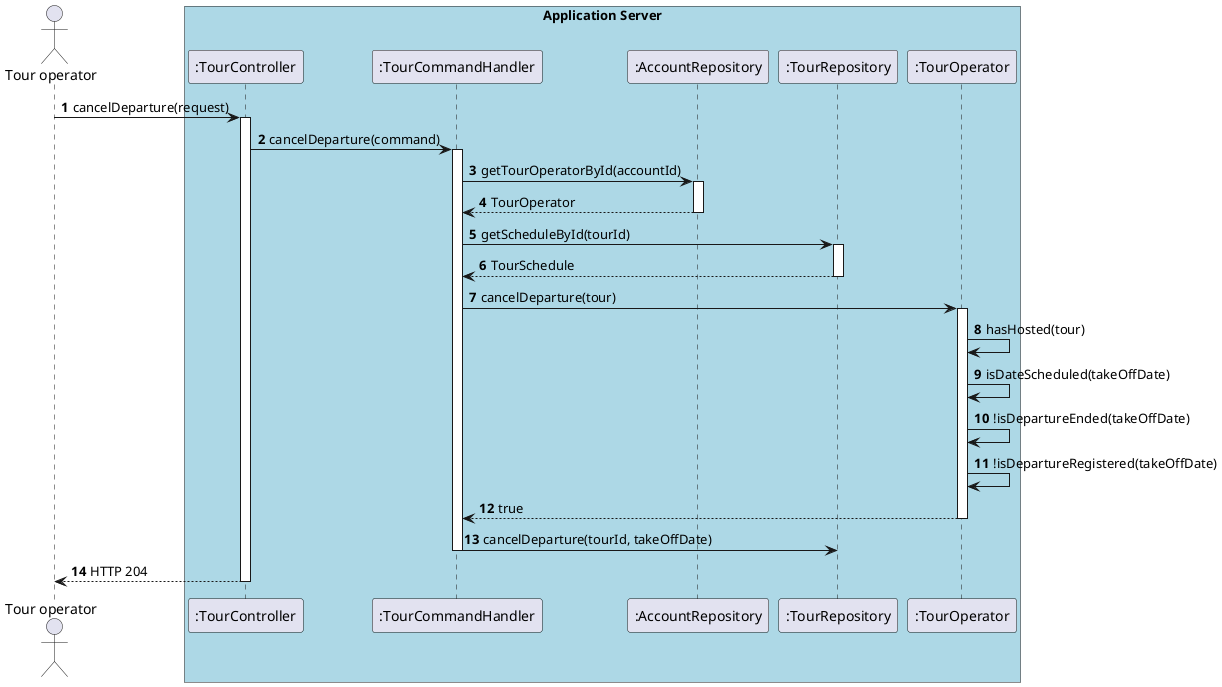
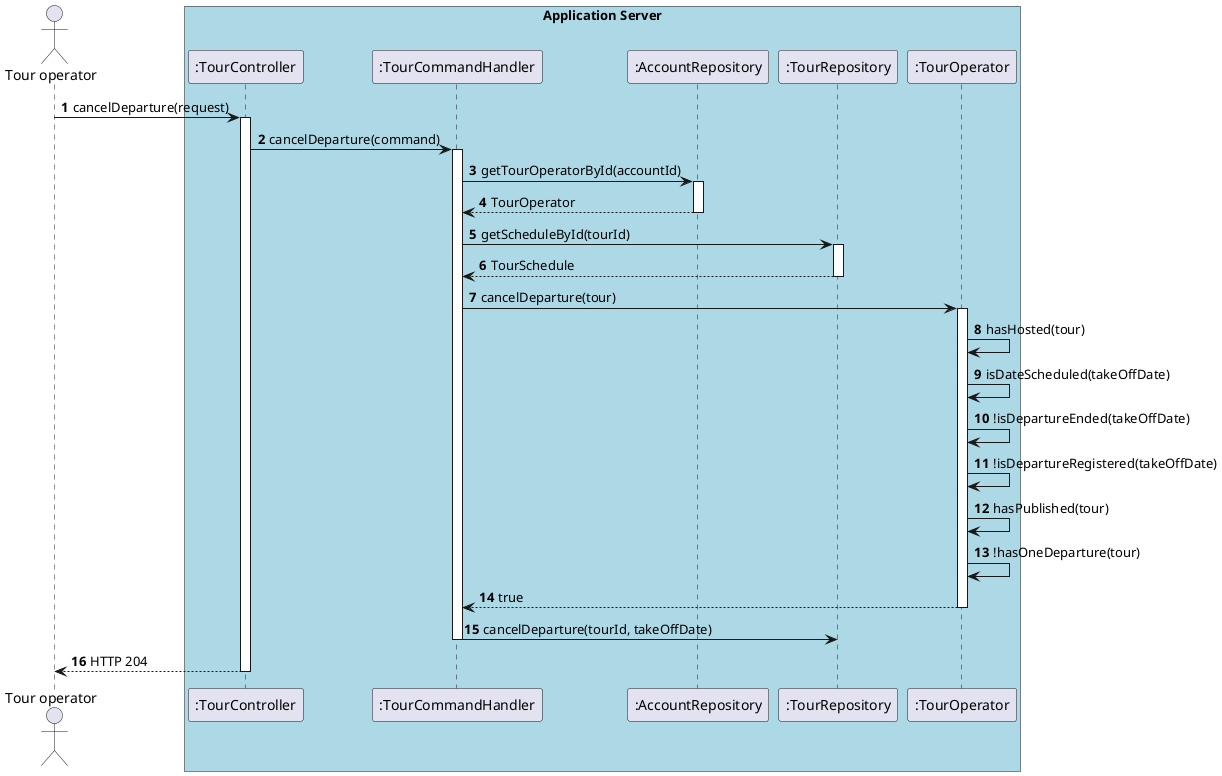
@startuml

autonumber

actor "Tour operator" as user
box "Application Server" #LightBlue
    participant ":TourController" as controller
    participant ":TourCommandHandler" as handler
    participant ":AccountRepository" as accRepo
    participant ":TourRepository" as tourRepo
    participant ":TourOperator" as tourOp
end box

user -> controller : cancelDeparture(request)
activate controller

controller -> handler : cancelDeparture(command)
activate handler

handler -> accRepo : getTourOperatorById(accountId)
activate accRepo
handler <-- accRepo : TourOperator
deactivate accRepo
handler -> tourRepo : getScheduleById(tourId)
activate tourRepo
handler <-- tourRepo : TourSchedule
deactivate tourRepo

handler -> tourOp : cancelDeparture(tour)
activate tourOp
tourOp -> tourOp : hasHosted(tour)
+ 'tourOp -> tourOp : canDepartureCancelled(takeOffDate)
tourOp -> tourOp : isDateScheduled(takeOffDate)
tourOp -> tourOp : !isDepartureEnded(takeOffDate)
tourOp -> tourOp : !isDepartureRegistered(takeOffDate)
- 'tourOp -> tourOp : canDepartureCancelled(takeOffDate)
+ tourOp -> tourOp : hasPublished(tour)
+ tourOp -> tourOp : !hasOneDeparture(tour)
handler <-- tourOp : true
deactivate tourOp

handler -> tourRepo : cancelDeparture(tourId, takeOffDate)

deactivate handler

controller --> user : HTTP 204
deactivate controller

@enduml